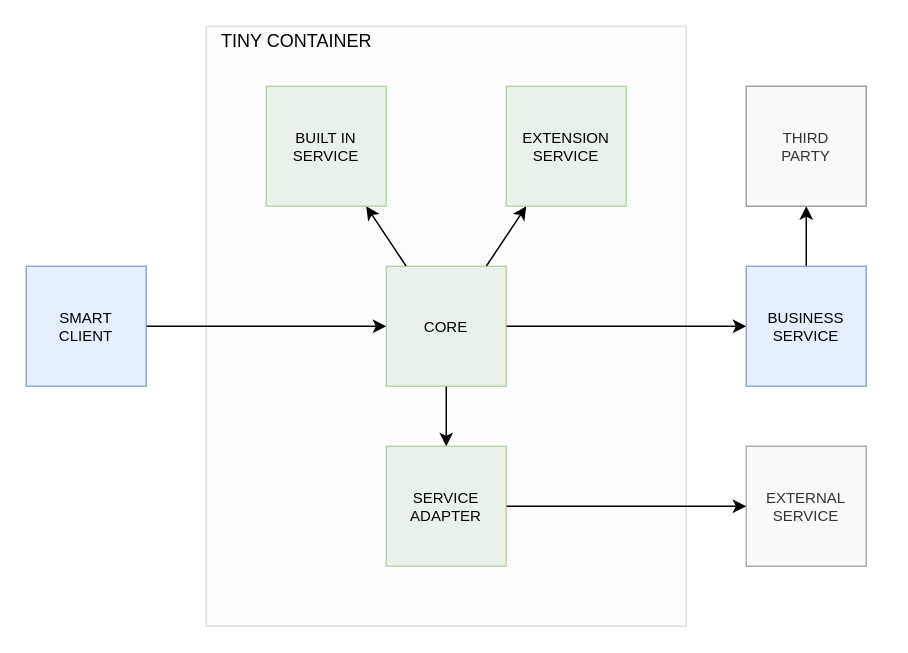
The draw.io diagram page "Container Services" (2 of 15) of docs/container.drawio in js-lib-com/tiny-container, before the edit. Source tidied: cells renumbered, new cells numbered last; positions are measured from the earlier drawing's top-left corner, leaving out a move shared by most shapes. Both pictures are drawn from the tidied source at 150%, with x=0, y=0 at pixel (26, 26).
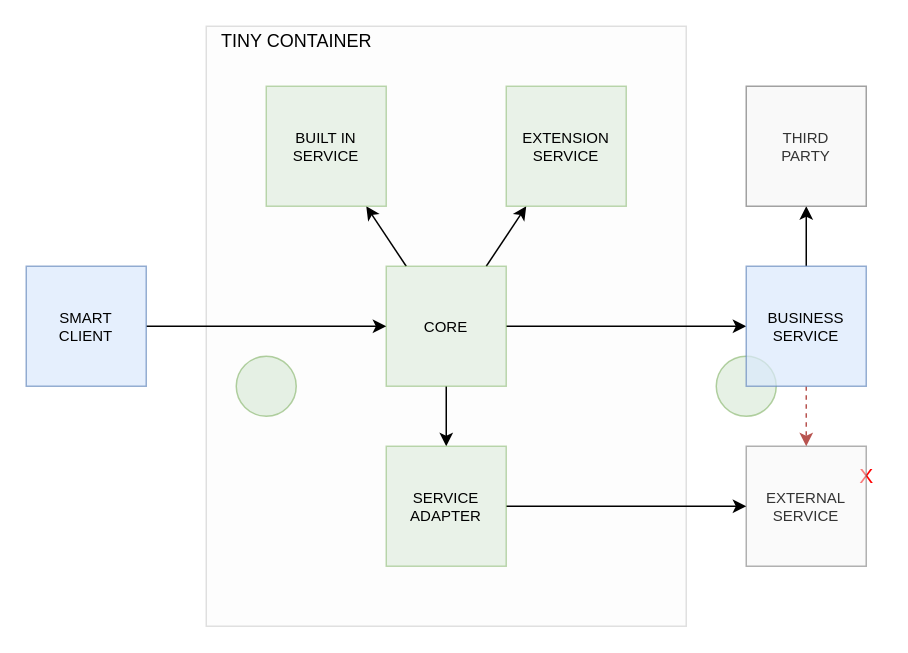
Above is the later version.

The change refers to these unchanged cells:
```xml
<mxCell id="4" style="edgeStyle=orthogonalEdgeStyle;rounded=0;jettySize=auto;html=1;" parent="1" edge="1" source="7" target="9">
  <mxGeometry relative="1" as="geometry" />
</mxCell>
<mxCell id="9" value="BUSINESS&lt;br&gt;SERVICE" style="whiteSpace=wrap;html=1;fontSize=10;fillColor=#dae8fc;strokeColor=#6c8ebf;opacity=70;" parent="1" vertex="1">
  <mxGeometry x="480" y="160" width="80" height="80" as="geometry" />
</mxCell>
<mxCell id="10" value="EXTERNAL&lt;br&gt;SERVICE" style="whiteSpace=wrap;html=1;fontSize=10;fillColor=#f5f5f5;strokeColor=#666666;fontColor=#333333;opacity=50;" parent="1" vertex="1">
  <mxGeometry x="480" y="280" width="80" height="80" as="geometry" />
</mxCell>
<mxCell id="13" style="edgeStyle=orthogonalEdgeStyle;rounded=0;jettySize=auto;html=1;" parent="1" edge="1" source="14" target="7">
  <mxGeometry relative="1" as="geometry" />
</mxCell>
```

The edit, as a diff of the source:
```diff
@@
+    <mxCell id="19" style="ellipse;whiteSpace=wrap;html=1;fillColor=#d5e8d4;strokeColor=#82b366;opacity=60;" parent="4" vertex="1">
+      <mxGeometry x="460" y="220" width="40" height="40" as="geometry" />
+    </mxCell>
@@
+    <mxCell id="20" style="edgeStyle=none;rounded=0;jettySize=auto;html=1;dashed=1;fontSize=14;fontColor=#FF0000;fillColor=#f8cecc;strokeColor=#b85450;" parent="1" edge="1" source="9" target="10">
+      <mxGeometry relative="1" as="geometry" />
+    </mxCell>
+    <mxCell id="21" value="X" style="text;html=1;align=center;verticalAlign=middle;strokeColor=none;fillColor=none;fontStyle=0;fontSize=14;fontColor=#FF0000;opacity=40;" parent="20" vertex="1">
+      <mxGeometry x="550" y="290" width="20" height="20" as="geometry" />
+    </mxCell>
@@
+    <mxCell id="22" style="ellipse;whiteSpace=wrap;html=1;fillColor=#d5e8d4;strokeColor=#82b366;opacity=60;" parent="13" vertex="1">
+      <mxGeometry x="140" y="220" width="40" height="40" as="geometry" />
+    </mxCell>
```
